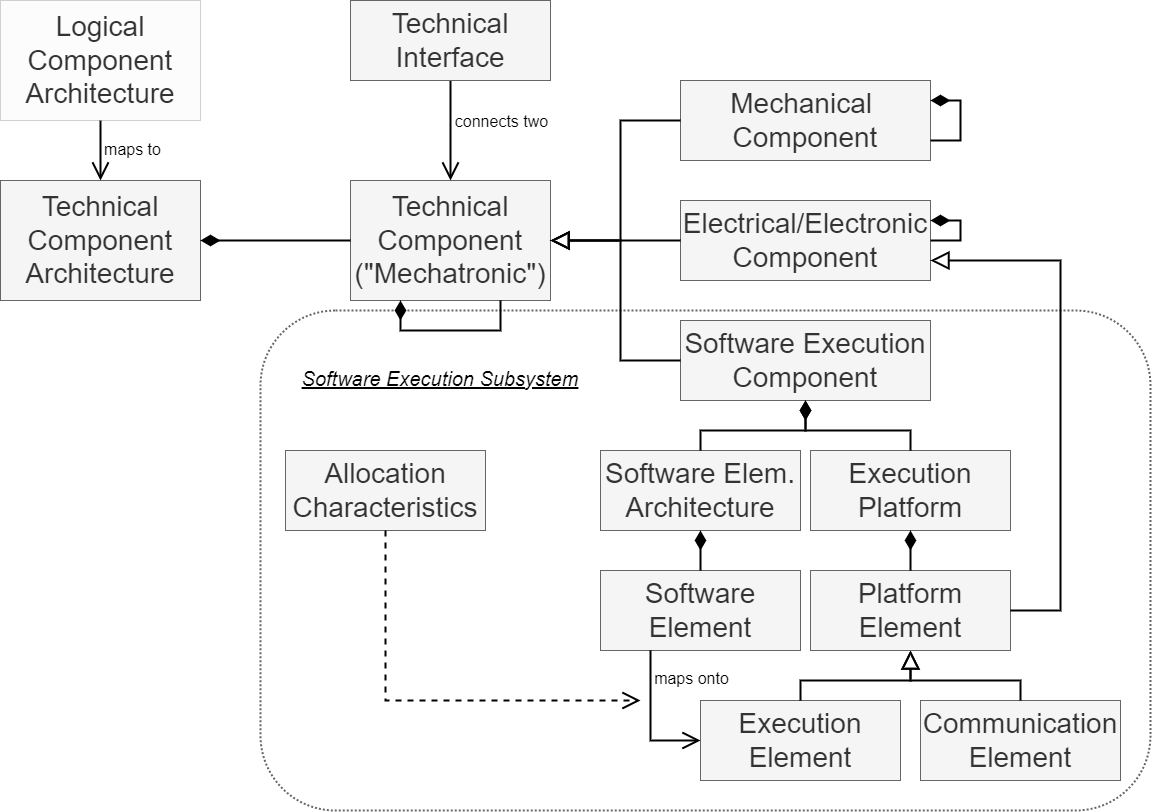
The draw.io diagram 2_Concepts/3_ModelingFramework/images/technical_viewpoint/TVP_Element_Overview_Concept.png in spesml/spesml.github.io, before a commit. Source tidied: cells renumbered, new cells last; positions are measured from the earlier drawing's top-left corner, leaving out a move shared by most shapes.
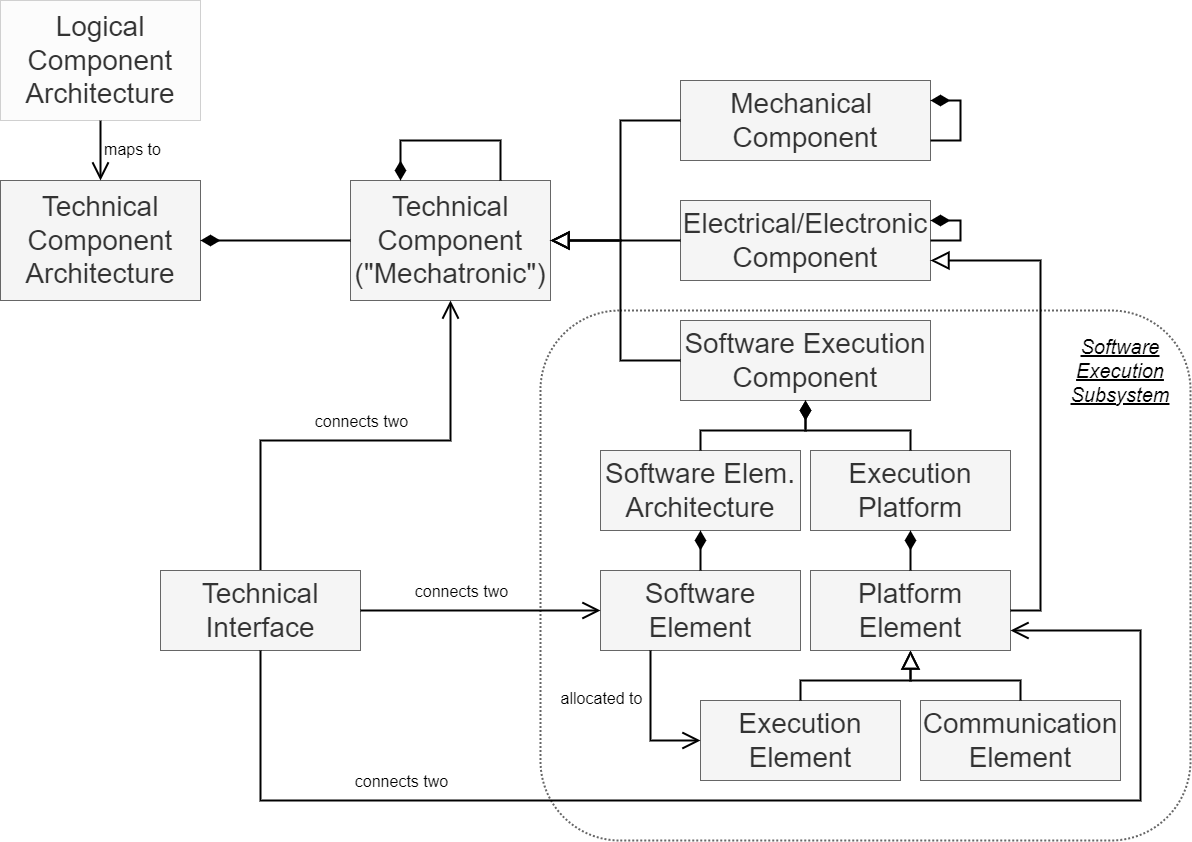
The same file after the commit.

Diff of the diagram source:
```diff
@@ -3,7 +3,7 @@
     <mxCell id="0" />
     <mxCell id="1" parent="0" />
     <mxCell id="2" style="rounded=1;whiteSpace=wrap;html=1;fontSize=16;dashed=1;fillColor=none;fontColor=#333333;strokeColor=#666666;strokeWidth=2;dashPattern=1 1;" parent="1" vertex="1">
-      <mxGeometry x="260" y="310" width="890" height="500" as="geometry" />
+      <mxGeometry x="540" y="310" width="650" height="530" as="geometry" />
     </mxCell>
     <mxCell id="3" value="Technical Component Architecture" style="rounded=0;whiteSpace=wrap;html=1;fontSize=28;fillColor=#f5f5f5;fontColor=#333333;strokeColor=#666666;" parent="1" vertex="1">
       <mxGeometry y="180" width="200" height="120" as="geometry" />
@@ -26,11 +26,11 @@
     <mxCell id="9" value="Logical Component Architecture" style="rounded=0;whiteSpace=wrap;html=1;fontSize=28;opacity=30;fillColor=#f5f5f5;fontColor=#333333;strokeColor=#666666;" parent="1" vertex="1">
       <mxGeometry width="200" height="120" as="geometry" />
     </mxCell>
-    <mxCell id="10" style="edgeStyle=orthogonalEdgeStyle;rounded=0;jettySize=auto;html=1;fontSize=28;endArrow=open;endFill=0;startSize=6;endSize=14;sourcePerimeterSpacing=0;targetPerimeterSpacing=0;strokeWidth=2;" parent="1" edge="1" source="11" target="4">
+    <mxCell id="10" style="edgeStyle=orthogonalEdgeStyle;rounded=0;jettySize=auto;html=1;fontSize=28;endArrow=open;endFill=0;startSize=6;endSize=14;sourcePerimeterSpacing=0;targetPerimeterSpacing=0;strokeWidth=2;exitX=0.5;exitY=0;exitDx=0;exitDy=0;" parent="1" edge="1" source="11" target="4">
       <mxGeometry relative="1" as="geometry" />
     </mxCell>
     <mxCell id="11" value="Technical Interface" style="rounded=0;whiteSpace=wrap;html=1;fontSize=28;fillColor=#f5f5f5;fontColor=#333333;strokeColor=#666666;" parent="1" vertex="1">
-      <mxGeometry x="350" width="200" height="80" as="geometry" />
+      <mxGeometry x="160" y="570" width="200" height="80" as="geometry" />
     </mxCell>
     <mxCell id="12" style="edgeStyle=orthogonalEdgeStyle;rounded=0;jettySize=auto;html=1;entryX=1;entryY=0.5;entryDx=0;entryDy=0;fontSize=28;endArrow=block;endFill=0;exitX=0;exitY=0.5;exitDx=0;exitDy=0;strokeWidth=2;startSize=6;sourcePerimeterSpacing=0;targetPerimeterSpacing=0;endSize=14;" parent="1" edge="1" source="5" target="4">
       <mxGeometry relative="1" as="geometry" />
@@ -104,23 +104,13 @@
     <mxCell id="25" style="edgeStyle=orthogonalEdgeStyle;rounded=0;jettySize=auto;html=1;entryX=0;entryY=0.5;entryDx=0;entryDy=0;fontSize=28;endArrow=open;endFill=0;startSize=6;endSize=14;sourcePerimeterSpacing=0;targetPerimeterSpacing=0;strokeWidth=2;exitX=0.25;exitY=1;exitDx=0;exitDy=0;" parent="1" edge="1" source="19" target="21">
       <mxGeometry relative="1" as="geometry" />
     </mxCell>
-    <mxCell id="26" value="Allocation Characteristics" style="rounded=0;whiteSpace=wrap;html=1;fontSize=28;fillColor=#f5f5f5;fontColor=#333333;strokeColor=#666666;" parent="1" vertex="1">
-      <mxGeometry x="285" y="450" width="200" height="80" as="geometry" />
-    </mxCell>
-    <mxCell id="27" style="edgeStyle=orthogonalEdgeStyle;rounded=0;jettySize=auto;html=1;fontSize=28;endArrow=open;endFill=0;startSize=6;endSize=14;sourcePerimeterSpacing=0;targetPerimeterSpacing=0;strokeWidth=2;exitX=0.5;exitY=1;exitDx=0;exitDy=0;dashed=1;entryX=0.427;entryY=0.78;entryDx=0;entryDy=0;entryPerimeter=0;" parent="1" edge="1" source="26" target="2">
-      <mxGeometry relative="1" as="geometry">
-        <Array as="points">
-          <mxPoint x="385" y="700" />
-        </Array>
-      </mxGeometry>
-    </mxCell>
-    <mxCell id="28" value="maps onto" style="edgeLabel;html=1;align=center;verticalAlign=middle;fontSize=16;" parent="1" vertex="1">
-      <mxGeometry x="790" y="640" as="geometry">
+    <mxCell id="28" value="allocated to" style="edgeLabel;html=1;align=center;verticalAlign=middle;fontSize=16;" parent="1" vertex="1">
+      <mxGeometry x="700" y="660" as="geometry">
         <mxPoint x="-100" y="37" as="offset" />
       </mxGeometry>
     </mxCell>
     <mxCell id="29" value="connects two" style="edgeLabel;html=1;align=center;verticalAlign=middle;fontSize=16;" parent="1" vertex="1">
-      <mxGeometry x="500" y="120" as="geometry" />
+      <mxGeometry x="360" y="420" as="geometry" />
     </mxCell>
     <mxCell id="30" value="maps to" style="edgeLabel;html=1;align=center;verticalAlign=middle;fontSize=16;" parent="1" vertex="1">
       <mxGeometry x="140" y="140" as="geometry">
@@ -130,8 +120,8 @@
     <mxCell id="31" style="edgeStyle=orthogonalEdgeStyle;rounded=0;jettySize=auto;html=1;entryX=1;entryY=0.5;entryDx=0;entryDy=0;fontSize=28;endArrow=diamondThin;endFill=1;startSize=6;endSize=14;sourcePerimeterSpacing=0;targetPerimeterSpacing=0;strokeWidth=2;exitX=0;exitY=0.5;exitDx=0;exitDy=0;" parent="1" edge="1" source="4" target="3">
       <mxGeometry relative="1" as="geometry" />
     </mxCell>
-    <mxCell id="32" value="&lt;u&gt;Software Execution Subsystem&lt;/u&gt;" style="text;html=1;strokeColor=none;fillColor=none;align=center;verticalAlign=middle;whiteSpace=wrap;rounded=0;dashed=1;fontSize=20;fontStyle=2;" parent="1" vertex="1">
-      <mxGeometry x="260" y="355" width="360" height="45" as="geometry" />
+    <mxCell id="32" value="&lt;u&gt;Software&lt;br&gt;Execution&lt;br&gt;Subsystem&lt;/u&gt;" style="text;html=1;strokeColor=none;fillColor=none;align=center;verticalAlign=middle;whiteSpace=wrap;rounded=0;dashed=1;fontSize=20;fontStyle=2;" parent="1" vertex="1">
+      <mxGeometry x="1060" y="330" width="120" height="80" as="geometry" />
     </mxCell>
     <mxCell id="33" value="Execution Platform" style="rounded=0;whiteSpace=wrap;html=1;fontSize=28;fillColor=#f5f5f5;fontColor=#333333;strokeColor=#666666;" parent="1" vertex="1">
       <mxGeometry x="810" y="450" width="200" height="80" as="geometry" />
@@ -144,11 +134,11 @@
         </Array>
       </mxGeometry>
     </mxCell>
-    <mxCell id="35" style="edgeStyle=orthogonalEdgeStyle;rounded=0;orthogonalLoop=1;jettySize=auto;html=1;entryX=0.25;entryY=1;entryDx=0;entryDy=0;fontSize=28;endArrow=diamondThin;endFill=1;startSize=6;endSize=14;sourcePerimeterSpacing=0;targetPerimeterSpacing=0;strokeWidth=2;exitX=0.75;exitY=1;exitDx=0;exitDy=0;" parent="1" edge="1" source="4" target="4">
+    <mxCell id="35" style="edgeStyle=orthogonalEdgeStyle;rounded=0;orthogonalLoop=1;jettySize=auto;html=1;entryX=0.25;entryY=0;entryDx=0;entryDy=0;fontSize=28;endArrow=diamondThin;endFill=1;startSize=6;endSize=14;sourcePerimeterSpacing=0;targetPerimeterSpacing=0;strokeWidth=2;exitX=0.75;exitY=0;exitDx=0;exitDy=0;" parent="1" edge="1" source="4" target="4">
       <mxGeometry relative="1" as="geometry">
         <Array as="points">
-          <mxPoint x="500" y="330" />
-          <mxPoint x="400" y="330" />
+          <mxPoint x="500" y="140" />
+          <mxPoint x="400" y="140" />
         </Array>
       </mxGeometry>
     </mxCell>
@@ -166,10 +156,28 @@
     <mxCell id="38" style="edgeStyle=orthogonalEdgeStyle;rounded=0;jettySize=auto;html=1;fontSize=28;endArrow=block;endFill=0;startSize=6;endSize=14;sourcePerimeterSpacing=0;targetPerimeterSpacing=0;strokeWidth=2;exitX=1;exitY=0.5;exitDx=0;exitDy=0;entryX=1;entryY=0.75;entryDx=0;entryDy=0;" parent="1" edge="1" source="36" target="6">
       <mxGeometry relative="1" as="geometry">
         <Array as="points">
-          <mxPoint x="1060" y="610" />
-          <mxPoint x="1060" y="260" />
+          <mxPoint x="1040" y="610" />
+          <mxPoint x="1040" y="260" />
         </Array>
       </mxGeometry>
     </mxCell>
+    <mxCell id="39" style="edgeStyle=orthogonalEdgeStyle;rounded=0;jettySize=auto;html=1;fontSize=28;endArrow=open;endFill=0;startSize=6;endSize=14;sourcePerimeterSpacing=0;targetPerimeterSpacing=0;strokeWidth=2;exitX=0.5;exitY=1;exitDx=0;exitDy=0;entryX=1;entryY=0.75;entryDx=0;entryDy=0;" parent="1" edge="1" source="11" target="36">
+      <mxGeometry relative="1" as="geometry">
+        <Array as="points">
+          <mxPoint x="260" y="800" />
+          <mxPoint x="1140" y="800" />
+          <mxPoint x="1140" y="630" />
+        </Array>
+      </mxGeometry>
+    </mxCell>
+    <mxCell id="40" value="connects two" style="edgeLabel;html=1;align=center;verticalAlign=middle;fontSize=16;" parent="1" vertex="1">
+      <mxGeometry x="460" y="590" as="geometry" />
+    </mxCell>
+    <mxCell id="41" style="edgeStyle=orthogonalEdgeStyle;rounded=0;jettySize=auto;html=1;fontSize=28;endArrow=open;endFill=0;startSize=6;endSize=14;sourcePerimeterSpacing=0;targetPerimeterSpacing=0;strokeWidth=2;exitX=1;exitY=0.5;exitDx=0;exitDy=0;entryX=0;entryY=0.5;entryDx=0;entryDy=0;" parent="1" edge="1" source="11" target="19">
+      <mxGeometry relative="1" as="geometry" />
+    </mxCell>
+    <mxCell id="42" value="connects two" style="edgeLabel;html=1;align=center;verticalAlign=middle;fontSize=16;" parent="1" vertex="1">
+      <mxGeometry x="400" y="780" as="geometry" />
+    </mxCell>
   </root>
 </mxGraphModel>
```
